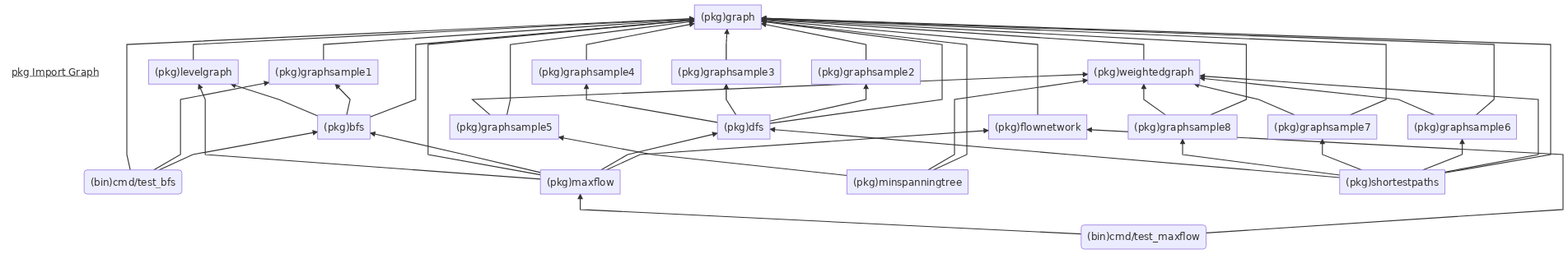
wangyoucao577/algorithms_practice keeps this Mermaid diagram as golang_pkg_import_graph.mmd.png. Above is the earlier version. Its source is kept beside it as golang_pkg_import_graph.mmd. Its diagram source:
```mermaid


graph BT

Title[<u> pkg Import Graph</u>]
Title-->pkggraph
style Title fill:#FFF,stroke:#FFF
linkStyle 0 stroke:#FFF,stroke-width:0;

pkggraphsample1["(pkg)graphsample1"] --> pkggraph["(pkg)graph"]
pkggraphsample2["(pkg)graphsample2"] --> pkggraph
pkggraphsample3["(pkg)graphsample3"] --> pkggraph
pkggraphsample4["(pkg)graphsample4"] --> pkggraph

pkglevelgraph["(pkg)levelgraph"] --> pkggraph
pkgweightedgraph["(pkg)weightedgraph"] --> pkggraph

pkggraphsample5["(pkg)graphsample5"] --> pkggraph
pkggraphsample5["(pkg)graphsample5"] --> pkgweightedgraph

pkggraphsample6["(pkg)graphsample6"] --> pkggraph
pkggraphsample6["(pkg)graphsample6"] --> pkgweightedgraph

pkggraphsample7["(pkg)graphsample7"] --> pkggraph
pkggraphsample7["(pkg)graphsample7"] --> pkgweightedgraph

pkggraphsample8["(pkg)graphsample8"] --> pkggraph
pkggraphsample8["(pkg)graphsample8"] --> pkgweightedgraph



pkgbfs["(pkg)bfs"] --> pkggraph
pkgbfs --> pkggraphsample1
pkgbfs --> pkglevelgraph

test_bfs("(bin)cmd/test_bfs") --> pkgbfs
test_bfs --> pkggraphsample1
test_bfs --> pkggraph

pkgdfs["(pkg)dfs"] --> pkggraph
pkgdfs --> pkggraphsample2
pkgdfs --> pkggraphsample3
pkgdfs --> pkggraphsample4

pkgflownetwork["(pkg)flownetwork"] --> pkggraph

pkgmaxflow["(pkg)maxflow"] --> pkgflownetwork
pkgmaxflow --> pkgdfs
pkgmaxflow --> pkgbfs
pkgmaxflow --> pkggraph
pkgmaxflow --> pkglevelgraph


test_maxflow("(bin)cmd/test_maxflow") --> pkgflownetwork
test_maxflow("(bin)cmd/test_maxflow") --> pkgmaxflow

pkgminspanningtree["(pkg)minspanningtree"] --> pkggraph
pkgminspanningtree --> pkgweightedgraph
pkgminspanningtree --> pkggraphsample5

pkgshortestpaths["(pkg)shortestpaths"] --> pkggraph
pkgshortestpaths --> pkgweightedgraph
pkgshortestpaths --> pkggraphsample6
pkgshortestpaths --> pkggraphsample7
pkgshortestpaths --> pkggraphsample8
pkgshortestpaths --> pkgdfs



```
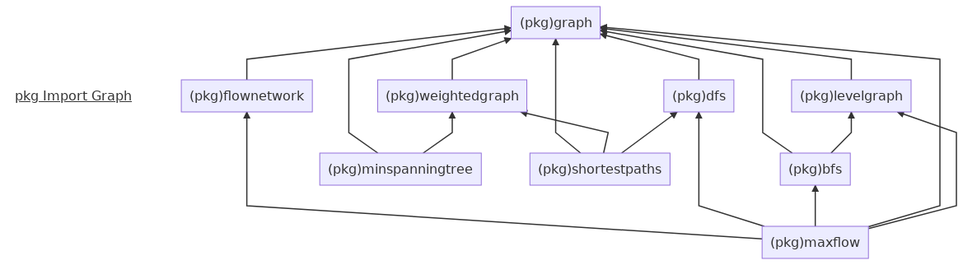
After the commit.

Commit message:
remove all test related dependency

Change to the diagram source:
```diff
@@ -7,40 +7,21 @@
 style Title fill:#FFF,stroke:#FFF
 linkStyle 0 stroke:#FFF,stroke-width:0;
 
-pkggraphsample1["(pkg)graphsample1"] --> pkggraph["(pkg)graph"]
-pkggraphsample2["(pkg)graphsample2"] --> pkggraph
-pkggraphsample3["(pkg)graphsample3"] --> pkggraph
-pkggraphsample4["(pkg)graphsample4"] --> pkggraph
 
-pkglevelgraph["(pkg)levelgraph"] --> pkggraph
+pkglevelgraph["(pkg)levelgraph"] --> pkggraph["(pkg)graph"]
 pkgweightedgraph["(pkg)weightedgraph"] --> pkggraph
 
-pkggraphsample5["(pkg)graphsample5"] --> pkggraph
-pkggraphsample5["(pkg)graphsample5"] --> pkgweightedgraph
 
-pkggraphsample6["(pkg)graphsample6"] --> pkggraph
-pkggraphsample6["(pkg)graphsample6"] --> pkgweightedgraph
 
-pkggraphsample7["(pkg)graphsample7"] --> pkggraph
-pkggraphsample7["(pkg)graphsample7"] --> pkgweightedgraph
 
-pkggraphsample8["(pkg)graphsample8"] --> pkggraph
-pkggraphsample8["(pkg)graphsample8"] --> pkgweightedgraph
 
 
 
 pkgbfs["(pkg)bfs"] --> pkggraph
-pkgbfs --> pkggraphsample1
 pkgbfs --> pkglevelgraph
 
-test_bfs("(bin)cmd/test_bfs") --> pkgbfs
-test_bfs --> pkggraphsample1
-test_bfs --> pkggraph
 
 pkgdfs["(pkg)dfs"] --> pkggraph
-pkgdfs --> pkggraphsample2
-pkgdfs --> pkggraphsample3
-pkgdfs --> pkggraphsample4
 
 pkgflownetwork["(pkg)flownetwork"] --> pkggraph
 
@@ -51,18 +32,12 @@
 pkgmaxflow --> pkglevelgraph
 
 
-test_maxflow("(bin)cmd/test_maxflow") --> pkgflownetwork
-test_maxflow("(bin)cmd/test_maxflow") --> pkgmaxflow
 
 pkgminspanningtree["(pkg)minspanningtree"] --> pkggraph
 pkgminspanningtree --> pkgweightedgraph
-pkgminspanningtree --> pkggraphsample5
 
 pkgshortestpaths["(pkg)shortestpaths"] --> pkggraph
 pkgshortestpaths --> pkgweightedgraph
-pkgshortestpaths --> pkggraphsample6
-pkgshortestpaths --> pkggraphsample7
-pkgshortestpaths --> pkggraphsample8
 pkgshortestpaths --> pkgdfs
 
 
```
